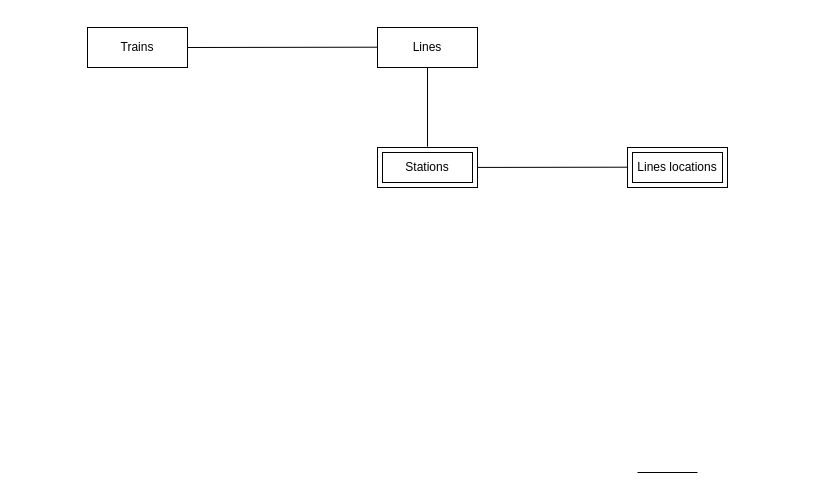
The draw.io diagram metro_project.drawio in danielmaldonado19/Backend-metro_database, before the edit. Source tidied: cells renumbered, new cells numbered last; positions are measured from the earlier drawing's top-left corner, leaving out a move shared by most shapes. Both pictures are drawn from the tidied source at 100%, with x=0, y=0 at pixel (87, 27).
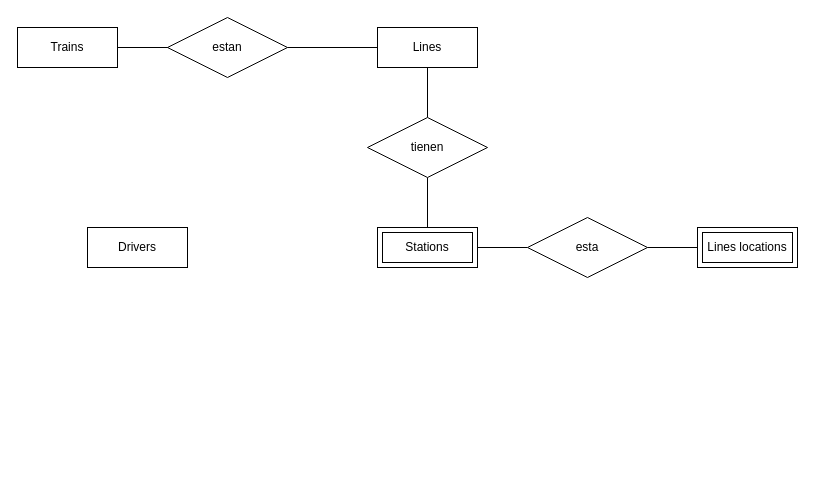
The same page after the edit.

Commit message:
16/02.1: conceptual diagram of the project

The edit, as a diff of the source:
```diff
@@
 <mxGraphModel>
   <root>
     <mxCell id="0" />
     <mxCell id="1" parent="0" />
     <mxCell id="2" value="Lines" style="whiteSpace=wrap;html=1;align=center;" parent="1" vertex="1">
       <mxGeometry x="290" width="100" height="40" as="geometry" />
     </mxCell>
     <mxCell id="3" value="Trains" style="whiteSpace=wrap;html=1;align=center;" parent="1" vertex="1">
-      <mxGeometry width="100" height="40" as="geometry" />
+      <mxGeometry x="-70" width="100" height="40" as="geometry" />
     </mxCell>
     <mxCell id="4" value="Stations" style="shape=ext;margin=3;double=1;whiteSpace=wrap;html=1;align=center;" parent="1" vertex="1">
-      <mxGeometry x="290" y="120" width="100" height="40" as="geometry" />
+      <mxGeometry x="290" y="200" width="100" height="40" as="geometry" />
     </mxCell>
     <mxCell id="5" value="Lines locations" style="shape=ext;margin=3;double=1;whiteSpace=wrap;html=1;align=center;" parent="1" vertex="1">
-      <mxGeometry x="540" y="120" width="100" height="40" as="geometry" />
+      <mxGeometry x="610" y="200" width="100" height="40" as="geometry" />
     </mxCell>
     <mxCell id="6" style="line;strokeWidth=1;dashed=0;labelPosition=right;align=left;verticalAlign=middle;spacingTop=0;spacingLeft=6;" parent="1" vertex="1">
-      <mxGeometry x="550" y="440" width="60" height="10" as="geometry" />
+      <mxGeometry x="390" y="215" width="50" height="10" as="geometry" />
     </mxCell>
-    <mxCell id="7" style="endArrow=none;html=1;rounded=0;" parent="1" edge="1" source="4">
-      <mxGeometry relative="1" as="geometry">
-        <mxPoint x="540" y="139.7" as="targetPoint" />
-      </mxGeometry>
+    <mxCell id="7" style="endArrow=none;html=1;rounded=0;entryX=0.5;entryY=1;entryDx=0;entryDy=0;" parent="1" edge="1" source="4" target="11">
+      <mxGeometry relative="1" as="geometry" />
     </mxCell>
     <mxCell id="8" style="endArrow=none;html=1;rounded=0;entryX=0.5;entryY=1;entryDx=0;entryDy=0;" parent="1" edge="1" target="2">
       <mxGeometry relative="1" as="geometry">
-        <mxPoint x="340" y="119.3" as="sourcePoint" />
+        <mxPoint x="340" y="90" as="sourcePoint" />
       </mxGeometry>
     </mxCell>
     <mxCell id="9" style="endArrow=none;html=1;rounded=0;exitX=1;exitY=0.5;exitDx=0;exitDy=0;" parent="1" edge="1" source="3">
       <mxGeometry relative="1" as="geometry">
-        <mxPoint x="290" y="19.7" as="targetPoint" />
+        <mxPoint x="130" y="20" as="targetPoint" />
       </mxGeometry>
     </mxCell>
+    <mxCell id="10" value="estan" style="shape=rhombus;perimeter=rhombusPerimeter;whiteSpace=wrap;html=1;align=center;" parent="1" vertex="1">
+      <mxGeometry x="80" y="-10" width="120" height="60" as="geometry" />
+    </mxCell>
+    <mxCell id="11" value="tienen" style="shape=rhombus;perimeter=rhombusPerimeter;whiteSpace=wrap;html=1;align=center;" parent="1" vertex="1">
+      <mxGeometry x="280" y="90" width="120" height="60" as="geometry" />
+    </mxCell>
+    <mxCell id="12" style="endArrow=none;html=1;rounded=0;entryX=0;entryY=0.5;entryDx=0;entryDy=0;" parent="1" edge="1" source="10" target="2">
+      <mxGeometry relative="1" as="geometry" />
+    </mxCell>
+    <mxCell id="13" value="esta" style="shape=rhombus;perimeter=rhombusPerimeter;whiteSpace=wrap;html=1;align=center;" parent="1" vertex="1">
+      <mxGeometry x="440" y="190" width="120" height="60" as="geometry" />
+    </mxCell>
+    <mxCell id="14" style="endArrow=none;html=1;rounded=0;entryX=0;entryY=0.5;entryDx=0;entryDy=0;exitX=1;exitY=0.5;exitDx=0;exitDy=0;" parent="1" edge="1" source="13" target="5">
+      <mxGeometry relative="1" as="geometry" />
+    </mxCell>
+    <mxCell id="15" value="Drivers" style="whiteSpace=wrap;html=1;align=center;" parent="1" vertex="1">
+      <mxGeometry y="200" width="100" height="40" as="geometry" />
+    </mxCell>
   </root>
 </mxGraphModel>
```
